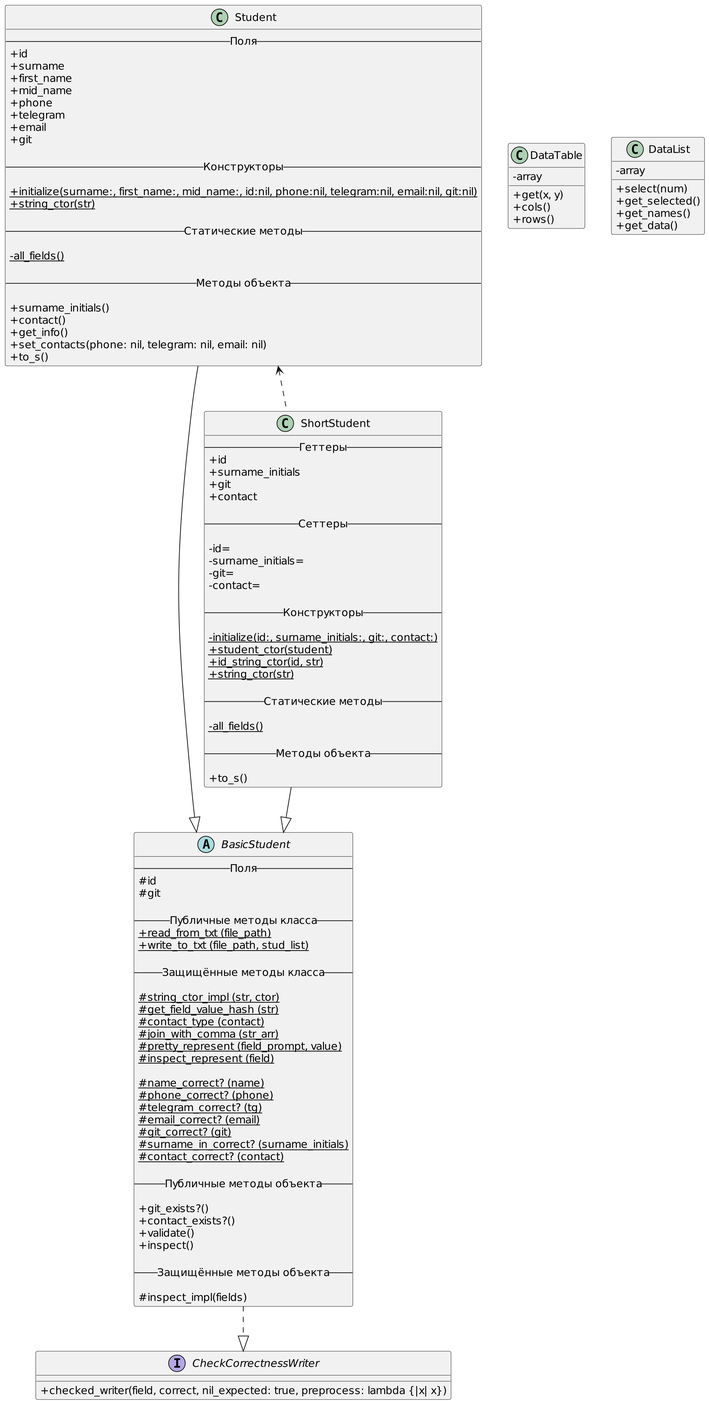
Above: LR2/uml/uml.png in wintttr/OOP (PlantUML), before the change.
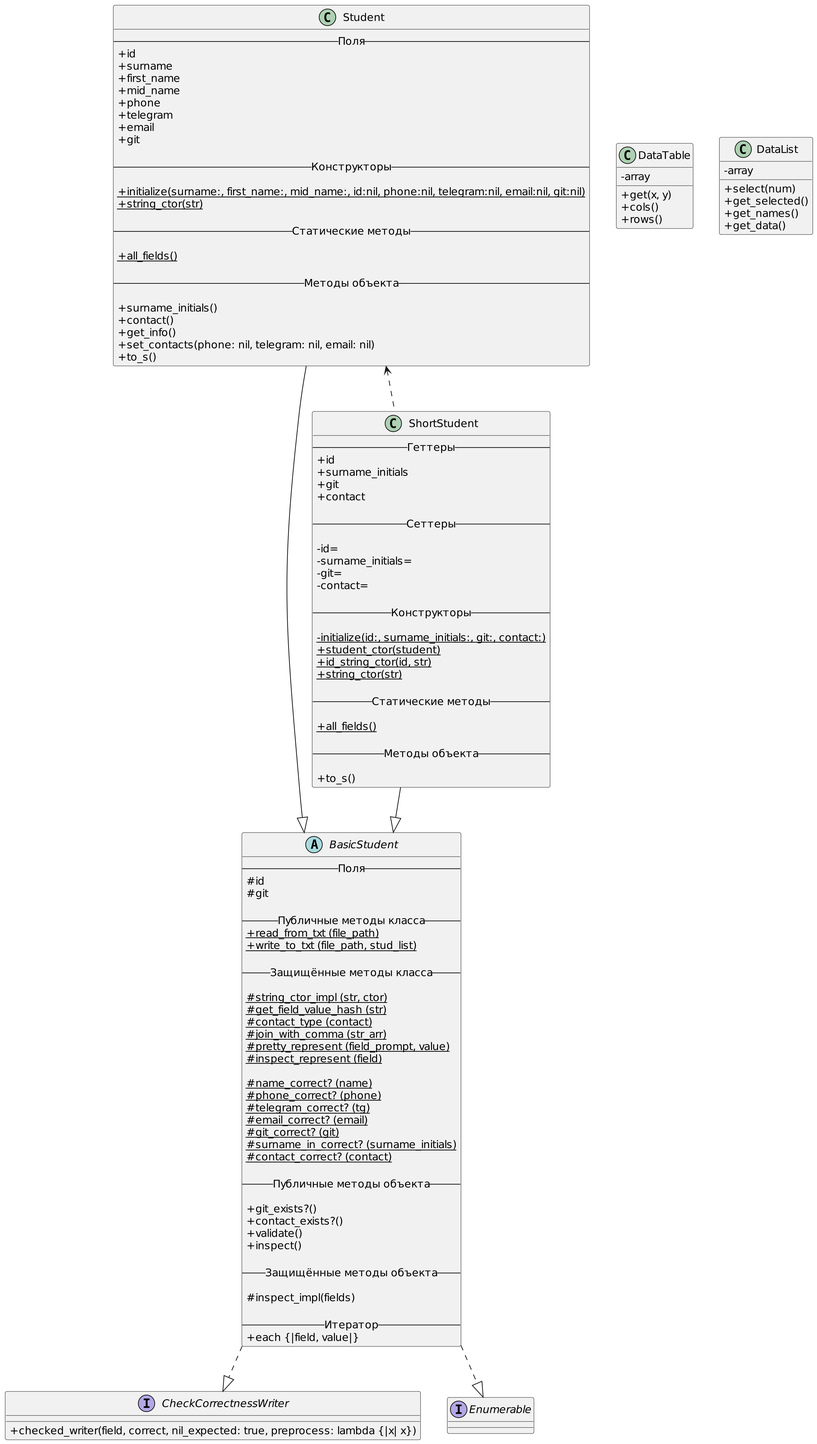
After the change.

Commit message:
Внёс изменения в UML

The edit, as a diff of the source:
```diff
@@ -38,6 +38,9 @@
 	-- Защищённые методы объекта --
 
 	{method} # inspect_impl(fields)
+
+	-- Итератор --
+	{method} + each {|field, value|}
 }
 
 class Student {
@@ -58,7 +61,7 @@
 
 	-- Статические методы --
 
-	{static} - all_fields()
+	{static} + all_fields()
 
 	-- Методы объекта --
 
@@ -92,7 +95,7 @@
 
 	-- Статические методы --
 
-	{static} - all_fields()
+	{static} + all_fields()
 
 	-- Методы объекта --
 
@@ -120,7 +123,11 @@
 	{method} + checked_writer(field, correct, nil_expected: true, preprocess: lambda {|x| x})
 }
 
+interface Enumerable {}
+
 BasicStudent ..|> CheckCorrectnessWriter
+BasicStudent ..|> Enumerable
+
 Student --|> BasicStudent
 ShortStudent --|> BasicStudent
 Student <.. ShortStudent
```
